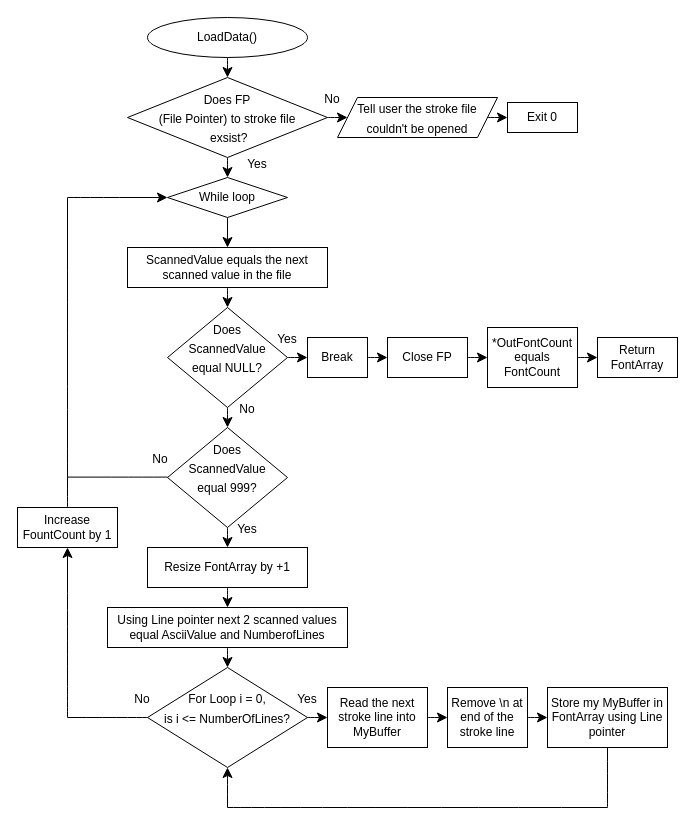
The draw.io diagram page "Page-2" (2 of 8) of RW25CompletedCodeAndSystemManual/Flow Charts For Final Submission/LoadDataFlowChart.drawio in egycf7/Drawing-Robot, before the edit. Source tidied: cells renumbered, new cells numbered last; positions are measured from the earlier drawing's top-left corner, leaving out a move shared by most shapes. Both pictures are drawn from the tidied source at 100%, with x=0, y=0 at pixel (17, 17).
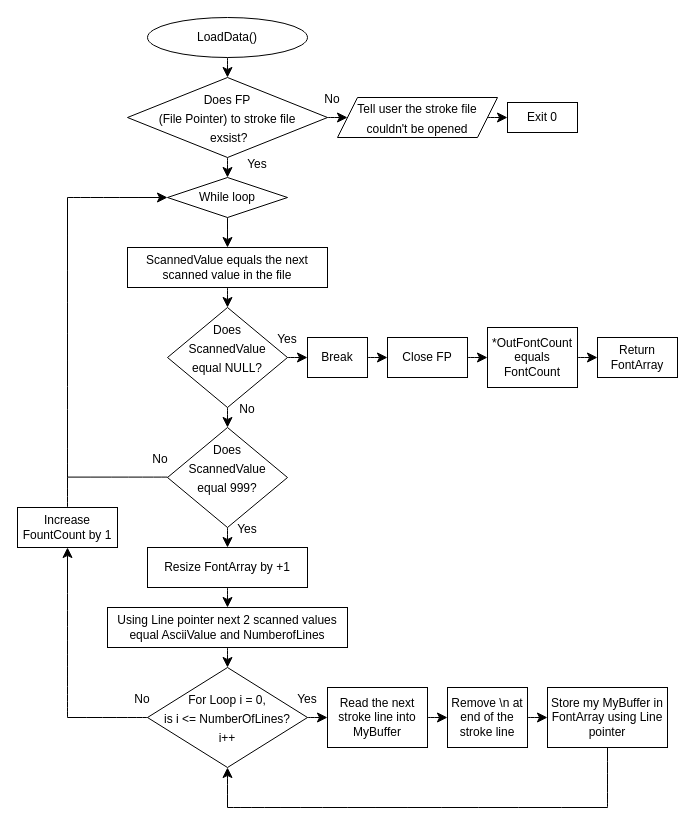
After the change.

What changed in the source:
```diff
@@
-    <mxCell id="28" value="&lt;font style=&quot;font-size: 12px;&quot;&gt;For Loop i = 0,&lt;/font&gt;&lt;div&gt;&lt;font style=&quot;font-size: 12px;&quot;&gt;is i &amp;lt;= NumberOfLines?&lt;/font&gt;&lt;/div&gt;" style="text;strokeColor=none;fillColor=none;html=1;align=center;verticalAlign=middle;whiteSpace=wrap;rounded=0;fontSize=16;" parent="1" vertex="1">
-      <mxGeometry x="145" y="670" width="130" height="40" as="geometry" />
+    <mxCell id="28" value="&lt;font style=&quot;font-size: 12px;&quot;&gt;For Loop i = 0,&lt;/font&gt;&lt;div&gt;&lt;font style=&quot;font-size: 12px;&quot;&gt;is i &amp;lt;= NumberOfLines?&lt;/font&gt;&lt;/div&gt;&lt;div&gt;&lt;font style=&quot;font-size: 12px;&quot;&gt;i++&lt;/font&gt;&lt;/div&gt;" style="text;strokeColor=none;fillColor=none;html=1;align=center;verticalAlign=middle;whiteSpace=wrap;rounded=0;fontSize=16;" parent="1" vertex="1">
+      <mxGeometry x="145" y="680" width="130" height="40" as="geometry" />
     </mxCell>
```
